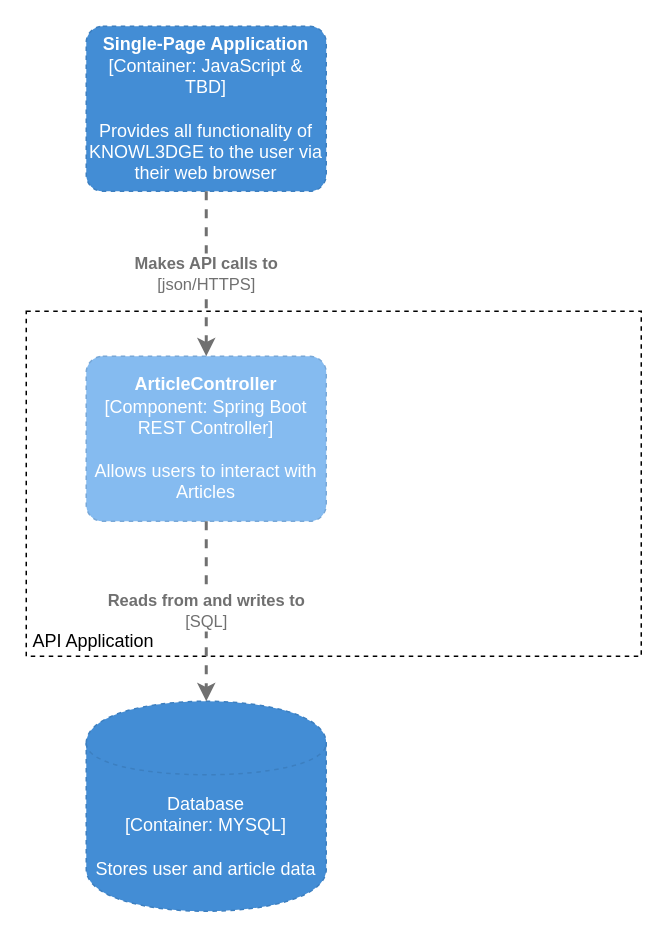
Earlier version of the draw.io diagram documentation/diagrams/knowl3dge-components.drawio (MPFGlaser/knowl3dge). Source tidied: cells renumbered, new cells numbered last; positions are measured from the earlier drawing's top-left corner, leaving out a move shared by most shapes. Both pictures are drawn from the tidied source at 150%, with x=0, y=0 at pixel (26, 26).
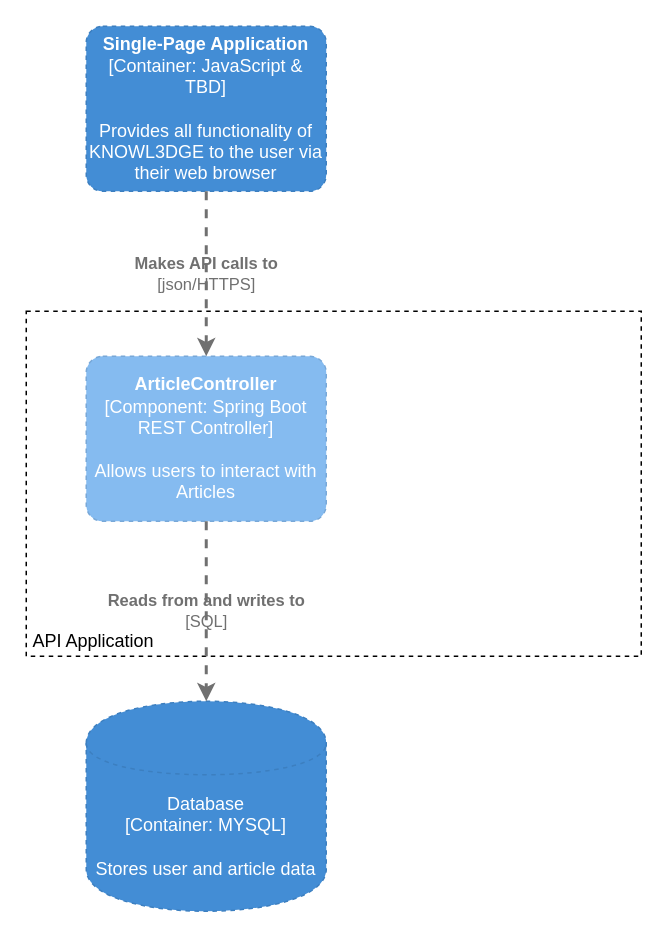
The same diagram, later.

Diff of the diagram source:
```diff
@@
 <mxGraphModel>
   <root>
     <mxCell id="0" />
     <mxCell id="1" parent="0" />
     <object id="2" label="&lt;b&gt;%c4Name%&lt;/b&gt;&lt;div&gt;[%c4Type%: %c4Technology%]&lt;/div&gt;&lt;br&gt;&lt;div&gt;%c4Description%&lt;/div&gt;" c4Description="Provides all functionality of KNOWL3DGE to the user via their web browser" c4Name="Single-Page Application" c4Technology="JavaScript &amp; TBD" c4Type="Container" placeholders="1">
       <mxCell style="rounded=1;whiteSpace=wrap;html=1;labelBackgroundColor=none;fillColor=#438DD5;fontColor=#ffffff;align=center;arcSize=10;strokeColor=#3C7FC0;metaData={&quot;c4Type&quot;:{&quot;editable&quot;:false}};points=[[0.25,0,0],[0.5,0,0],[0.75,0,0],[1,0.25,0],[1,0.5,0],[1,0.75,0],[0.75,1,0],[0.5,1,0],[0.25,1,0],[0,0.75,0],[0,0.5,0],[0,0.25,0]];shadow=0;glass=0;dashed=1;sketch=0;" parent="1" vertex="1">
         <mxGeometry x="40" width="160" height="110" as="geometry" />
       </mxCell>
     </object>
     <mxCell id="3" style="rounded=0;whiteSpace=wrap;html=1;fillColor=none;dashed=1;" parent="1" vertex="1">
       <mxGeometry y="190" width="410" height="230" as="geometry" />
     </mxCell>
     <object id="4" label="&lt;b&gt;%c4Name%&lt;/b&gt;&lt;div&gt;[%c4Type%: %c4Technology%]&lt;/div&gt;&lt;br&gt;&lt;div&gt;%c4Description%&lt;/div&gt;" c4Description="Allows users to interact with Articles" c4Name="ArticleController" c4Technology="Spring Boot REST Controller" c4Type="Component" placeholders="1">
       <mxCell style="rounded=1;whiteSpace=wrap;html=1;labelBackgroundColor=none;fillColor=#85BBF0;fontColor=#ffffff;align=center;arcSize=10;strokeColor=#78A8D8;metaData={&quot;c4Type&quot;:{&quot;editable&quot;:false}};points=[[0.25,0,0],[0.5,0,0],[0.75,0,0],[1,0.25,0],[1,0.5,0],[1,0.75,0],[0.75,1,0],[0.5,1,0],[0.25,1,0],[0,0.75,0],[0,0.5,0],[0,0.25,0]];dashed=1;" parent="1" vertex="1">
         <mxGeometry x="40" y="220" width="160" height="110" as="geometry" />
       </mxCell>
     </object>
     <object id="5" label="%c4Type%&lt;div&gt;[Container:&amp;nbsp;%c4Technology%]&lt;/div&gt;&lt;br&gt;&lt;div&gt;%c4Description%&lt;/div&gt;" c4Description="Stores user and article data" c4Technology="MYSQL" c4Type="Database" placeholders="1">
       <mxCell style="shape=cylinder;whiteSpace=wrap;html=1;boundedLbl=1;rounded=0;labelBackgroundColor=none;fillColor=#438DD5;fontSize=12;fontColor=#ffffff;align=center;strokeColor=#3C7FC0;points=[[0.5,0,0],[1,0.25,0],[1,0.5,0],[1,0.75,0],[0.5,1,0],[0,0.75,0],[0,0.5,0],[0,0.25,0]];metaData={&quot;c4Type&quot;:{&quot;editable&quot;:false}};shadow=0;glass=0;dashed=1;sketch=0;" parent="1" vertex="1">
         <mxGeometry x="40" y="450" width="160" height="140" as="geometry" />
       </mxCell>
     </object>
     <object id="6" label="&lt;div style=&quot;text-align: left&quot;&gt;&lt;div style=&quot;text-align: center&quot;&gt;&lt;b&gt;%c4Description%&lt;/b&gt;&lt;/div&gt;&lt;div style=&quot;text-align: center&quot;&gt;[%c4Technology%]&lt;/div&gt;&lt;/div&gt;" c4Description="Reads from and writes to" c4Technology="SQL" placeholders="1">
-      <mxCell style="edgeStyle=none;rounded=0;html=1;entryX=0.5;entryY=0;jettySize=auto;strokeColor=#707070;strokeWidth=2;fontColor=#707070;jumpStyle=none;dashed=1;metaData={&quot;c4Type&quot;:{&quot;editable&quot;:false}};entryDx=0;entryDy=0;entryPerimeter=0;exitX=0.5;exitY=1;exitDx=0;exitDy=0;exitPerimeter=0;" parent="1" edge="1" source="4" target="5">
+      <mxCell style="edgeStyle=none;rounded=0;html=1;entryX=0.5;entryY=0;jettySize=auto;strokeColor=#707070;strokeWidth=2;fontColor=#707070;jumpStyle=none;dashed=1;metaData={&quot;c4Type&quot;:{&quot;editable&quot;:false}};entryDx=0;entryDy=0;entryPerimeter=0;exitX=0.5;exitY=1;exitDx=0;exitDy=0;exitPerimeter=0;labelBackgroundColor=none;" parent="1" edge="1" source="4" target="5">
         <mxGeometry relative="1" as="geometry" />
       </mxCell>
     </object>
     <mxCell id="7" value="API Application" style="text;html=1;strokeColor=none;fillColor=none;align=center;verticalAlign=middle;whiteSpace=wrap;rounded=0;dashed=1;" parent="1" vertex="1">
       <mxGeometry y="400" width="90" height="20" as="geometry" />
     </mxCell>
     <object id="8" label="&lt;div style=&quot;text-align: left&quot;&gt;&lt;div style=&quot;text-align: center&quot;&gt;&lt;b&gt;%c4Description%&lt;/b&gt;&lt;/div&gt;&lt;div style=&quot;text-align: center&quot;&gt;[%c4Technology%]&lt;/div&gt;&lt;/div&gt;" c4Description="Makes API calls to" c4Technology="json/HTTPS" placeholders="1">
-      <mxCell style="edgeStyle=none;rounded=0;html=1;entryX=0.5;entryY=0;jettySize=auto;strokeColor=#707070;strokeWidth=2;fontColor=#707070;jumpStyle=none;dashed=1;metaData={&quot;c4Type&quot;:{&quot;editable&quot;:false}};exitX=0.5;exitY=1;exitDx=0;exitDy=0;exitPerimeter=0;entryDx=0;entryDy=0;entryPerimeter=0;" parent="1" edge="1" source="2" target="4">
+      <mxCell style="edgeStyle=none;rounded=0;html=1;entryX=0.5;entryY=0;jettySize=auto;strokeColor=#707070;strokeWidth=2;fontColor=#707070;jumpStyle=none;dashed=1;metaData={&quot;c4Type&quot;:{&quot;editable&quot;:false}};exitX=0.5;exitY=1;exitDx=0;exitDy=0;exitPerimeter=0;entryDx=0;entryDy=0;entryPerimeter=0;labelBackgroundColor=none;" parent="1" edge="1" source="2" target="4">
         <mxGeometry relative="1" as="geometry" />
       </mxCell>
     </object>
   </root>
 </mxGraphModel>
```
